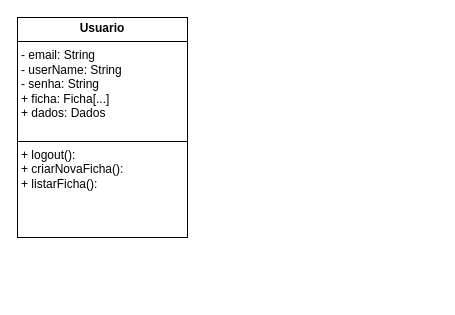
Before: Projeto-POO.drawio in Fefeeu/POO-C06, a draw.io diagram. Source tidied: cells renumbered, new cells numbered last; positions are measured from the earlier drawing's top-left corner, leaving out a move shared by most shapes. Both pictures are drawn from the tidied source at 100%, with x=0, y=0 at pixel (17, 17).
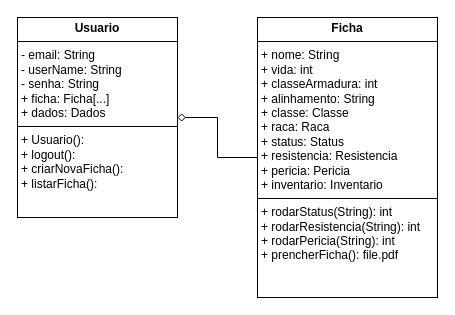
Above is the later version.

What changed in the source:
```diff
@@
 <mxGraphModel>
   <root>
     <mxCell id="0" />
     <mxCell id="1" parent="0" />
-    <mxCell id="2" value="&lt;p style=&quot;margin:0px;margin-top:4px;text-align:center;&quot;&gt;&lt;b&gt;Usuario&lt;/b&gt;&lt;/p&gt;&lt;hr size=&quot;1&quot; style=&quot;border-style:solid;&quot;&gt;&lt;p style=&quot;margin:0px;margin-left:4px;&quot;&gt;- email: String&lt;/p&gt;&lt;p style=&quot;margin:0px;margin-left:4px;&quot;&gt;- userName: String&lt;/p&gt;&lt;p style=&quot;margin:0px;margin-left:4px;&quot;&gt;&lt;span style=&quot;background-color: transparent; color: light-dark(rgb(0, 0, 0), rgb(255, 255, 255));&quot;&gt;- senha: String&lt;/span&gt;&lt;/p&gt;&lt;p style=&quot;margin:0px;margin-left:4px;&quot;&gt;+ ficha: Ficha[...]&lt;/p&gt;&lt;p style=&quot;margin:0px;margin-left:4px;&quot;&gt;+ dados: Dados&lt;/p&gt;&lt;p style=&quot;margin:0px;margin-left:4px;&quot;&gt;&lt;br&gt;&lt;/p&gt;&lt;hr size=&quot;1&quot; style=&quot;border-style:solid;&quot;&gt;&lt;p style=&quot;margin:0px;margin-left:4px;&quot;&gt;+ logout():&amp;nbsp;&lt;/p&gt;&lt;p style=&quot;margin:0px;margin-left:4px;&quot;&gt;+ criarNovaFicha():&lt;/p&gt;&lt;p style=&quot;margin:0px;margin-left:4px;&quot;&gt;+ listarFicha():&lt;/p&gt;&lt;p style=&quot;margin:0px;margin-left:4px;&quot;&gt;&lt;br&gt;&lt;/p&gt;" style="verticalAlign=top;align=left;overflow=fill;html=1;whiteSpace=wrap;" parent="1" vertex="1">
-      <mxGeometry width="170" height="220" as="geometry" />
+    <mxCell id="2" value="&lt;p style=&quot;margin:0px;margin-top:4px;text-align:center;&quot;&gt;&lt;b&gt;Usuario&lt;/b&gt;&lt;/p&gt;&lt;hr size=&quot;1&quot; style=&quot;border-style:solid;&quot;&gt;&lt;p style=&quot;margin:0px;margin-left:4px;&quot;&gt;- email: String&lt;/p&gt;&lt;p style=&quot;margin:0px;margin-left:4px;&quot;&gt;- userName: String&lt;/p&gt;&lt;p style=&quot;margin:0px;margin-left:4px;&quot;&gt;&lt;span style=&quot;background-color: transparent; color: light-dark(rgb(0, 0, 0), rgb(255, 255, 255));&quot;&gt;- senha: String&lt;/span&gt;&lt;/p&gt;&lt;p style=&quot;margin:0px;margin-left:4px;&quot;&gt;+ ficha: Ficha[...]&lt;/p&gt;&lt;p style=&quot;margin:0px;margin-left:4px;&quot;&gt;+ dados: Dados&lt;/p&gt;&lt;hr size=&quot;1&quot; style=&quot;border-style:solid;&quot;&gt;&lt;p style=&quot;margin:0px;margin-left:4px;&quot;&gt;+ Usuario():&lt;/p&gt;&lt;p style=&quot;margin:0px;margin-left:4px;&quot;&gt;+ logout():&amp;nbsp;&lt;/p&gt;&lt;p style=&quot;margin:0px;margin-left:4px;&quot;&gt;+ criarNovaFicha():&lt;/p&gt;&lt;p style=&quot;margin:0px;margin-left:4px;&quot;&gt;+ listarFicha():&lt;/p&gt;&lt;p style=&quot;margin:0px;margin-left:4px;&quot;&gt;&lt;br&gt;&lt;/p&gt;" style="verticalAlign=top;align=left;overflow=fill;html=1;whiteSpace=wrap;" parent="1" vertex="1">
+      <mxGeometry width="160" height="200" as="geometry" />
     </mxCell>
+    <mxCell id="3" style="edgeStyle=orthogonalEdgeStyle;rounded=0;orthogonalLoop=1;jettySize=auto;html=1;exitX=0.5;exitY=1;exitDx=0;exitDy=0;" parent="1" edge="1" source="2" target="2">
+      <mxGeometry relative="1" as="geometry" />
+    </mxCell>
+    <mxCell id="4" style="edgeStyle=orthogonalEdgeStyle;rounded=0;jettySize=auto;html=1;exitX=0;exitY=0.5;exitDx=0;exitDy=0;entryX=1;entryY=0.5;entryDx=0;entryDy=0;endArrow=diamond;endFill=0;" parent="1" edge="1" source="5" target="2">
+      <mxGeometry relative="1" as="geometry" />
+    </mxCell>
+    <mxCell id="5" value="&lt;p style=&quot;margin:0px;margin-top:4px;text-align:center;&quot;&gt;&lt;b&gt;Ficha&lt;/b&gt;&lt;/p&gt;&lt;hr size=&quot;1&quot; style=&quot;border-style:solid;&quot;&gt;&lt;p style=&quot;margin:0px;margin-left:4px;&quot;&gt;&lt;span style=&quot;background-color: transparent; color: light-dark(rgb(0, 0, 0), rgb(255, 255, 255));&quot;&gt;+ nome: String&lt;/span&gt;&lt;/p&gt;&lt;p style=&quot;margin:0px;margin-left:4px;&quot;&gt;&lt;span style=&quot;background-color: transparent; color: light-dark(rgb(0, 0, 0), rgb(255, 255, 255));&quot;&gt;+ vida: int&lt;/span&gt;&lt;/p&gt;&lt;p style=&quot;margin:0px;margin-left:4px;&quot;&gt;+ classeArmadura: int&lt;/p&gt;&lt;p style=&quot;margin:0px;margin-left:4px;&quot;&gt;+ alinhamento: String&lt;/p&gt;&lt;p style=&quot;margin:0px;margin-left:4px;&quot;&gt;&lt;span style=&quot;background-color: transparent; color: light-dark(rgb(0, 0, 0), rgb(255, 255, 255));&quot;&gt;+ classe: Classe&lt;/span&gt;&lt;/p&gt;&lt;p style=&quot;margin:0px;margin-left:4px;&quot;&gt;&lt;span style=&quot;background-color: transparent; color: light-dark(rgb(0, 0, 0), rgb(255, 255, 255));&quot;&gt;+ raca: Raca&lt;/span&gt;&lt;/p&gt;&lt;p style=&quot;margin:0px;margin-left:4px;&quot;&gt;&lt;span style=&quot;background-color: transparent; color: light-dark(rgb(0, 0, 0), rgb(255, 255, 255));&quot;&gt;+ status: Status&lt;/span&gt;&lt;/p&gt;&lt;p style=&quot;margin:0px;margin-left:4px;&quot;&gt;&lt;span style=&quot;background-color: transparent; color: light-dark(rgb(0, 0, 0), rgb(255, 255, 255));&quot;&gt;+ resistencia: Resistencia&lt;/span&gt;&lt;/p&gt;&lt;p style=&quot;margin:0px;margin-left:4px;&quot;&gt;&lt;span style=&quot;background-color: transparent; color: light-dark(rgb(0, 0, 0), rgb(255, 255, 255));&quot;&gt;+ pericia: Pericia&lt;br&gt;+ inventario: Inventario&lt;/span&gt;&lt;/p&gt;&lt;hr size=&quot;1&quot; style=&quot;border-style:solid;&quot;&gt;&lt;p style=&quot;margin:0px;margin-left:4px;&quot;&gt;+ rodarStatus(String): int&lt;/p&gt;&lt;p style=&quot;margin:0px;margin-left:4px;&quot;&gt;+ rodarResistencia(String): int&lt;/p&gt;&lt;p style=&quot;margin:0px;margin-left:4px;&quot;&gt;&lt;span style=&quot;background-color: transparent; color: light-dark(rgb(0, 0, 0), rgb(255, 255, 255));&quot;&gt;+ rodarPericia(String): int&lt;/span&gt;&lt;/p&gt;&lt;p style=&quot;margin:0px;margin-left:4px;&quot;&gt;+ prencherFicha(): file.pdf&lt;/p&gt;&lt;p style=&quot;margin:0px;margin-left:4px;&quot;&gt;&lt;br&gt;&lt;/p&gt;" style="verticalAlign=top;align=left;overflow=fill;html=1;whiteSpace=wrap;" parent="1" vertex="1">
+      <mxGeometry x="240" width="180" height="280" as="geometry" />
+    </mxCell>
   </root>
 </mxGraphModel>
```
